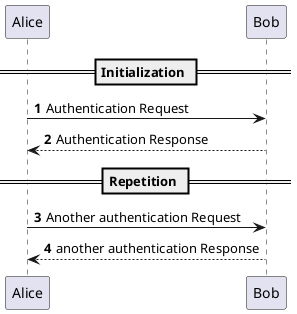
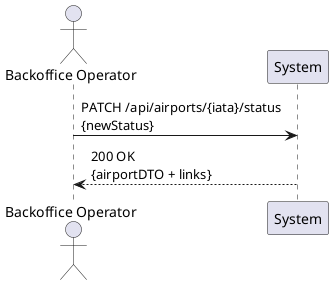
- @startuml
- 'https://plantuml.com/sequence-diagram
+ @startuml SSD_US109_UpdateStatus

- autonumber
+ actor "Backoffice Operator" as BO
+ participant "System" as SYS

- == Initialization ==
+ BO -> SYS : PATCH /api/airports/{iata}/status\n{newStatus}
+ SYS --> BO : 200 OK\n{airportDTO + links}

- Alice -> Bob: Authentication Request
- Bob --> Alice: Authentication Response
- 
- == Repetition ==
- 
- Alice -> Bob: Another authentication Request
- Alice <-- Bob: another authentication Response
- @enduml+ @enduml
